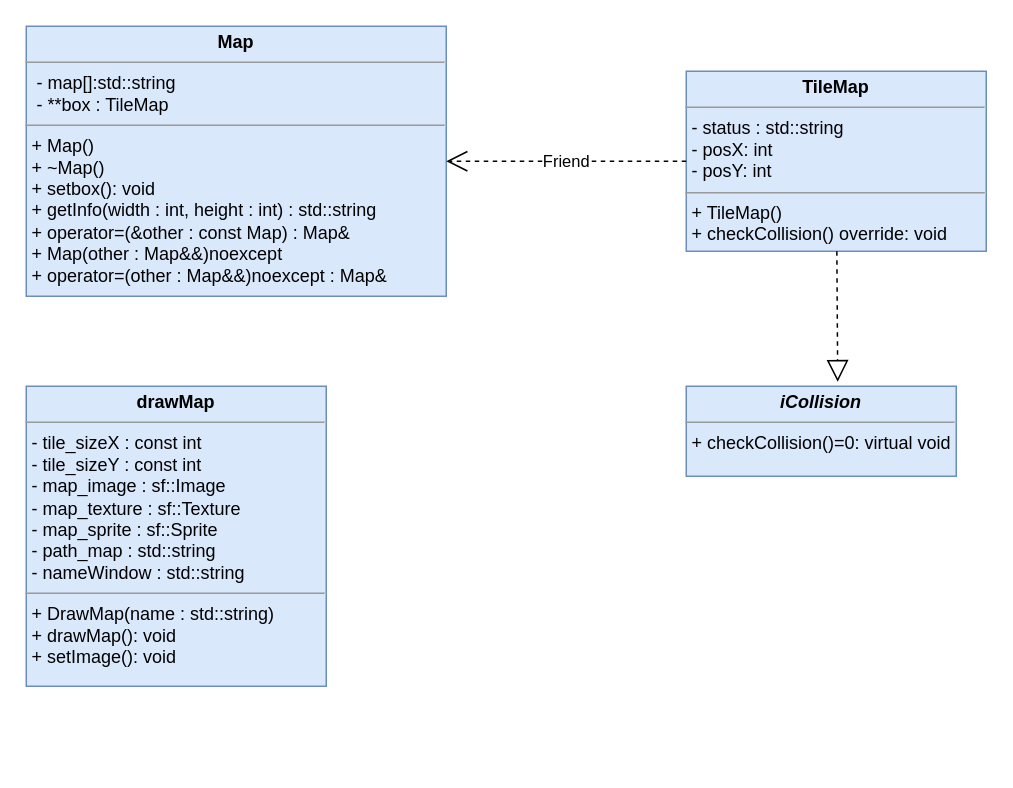
Earlier version of the draw.io diagram Untitled Diagram.drawio (BrodyWar/decqoort). Source tidied: cells renumbered, new cells numbered last; positions are measured from the earlier drawing's top-left corner, leaving out a move shared by most shapes. Both pictures are drawn from the tidied source at 150%, with x=0, y=0 at pixel (26, 26).
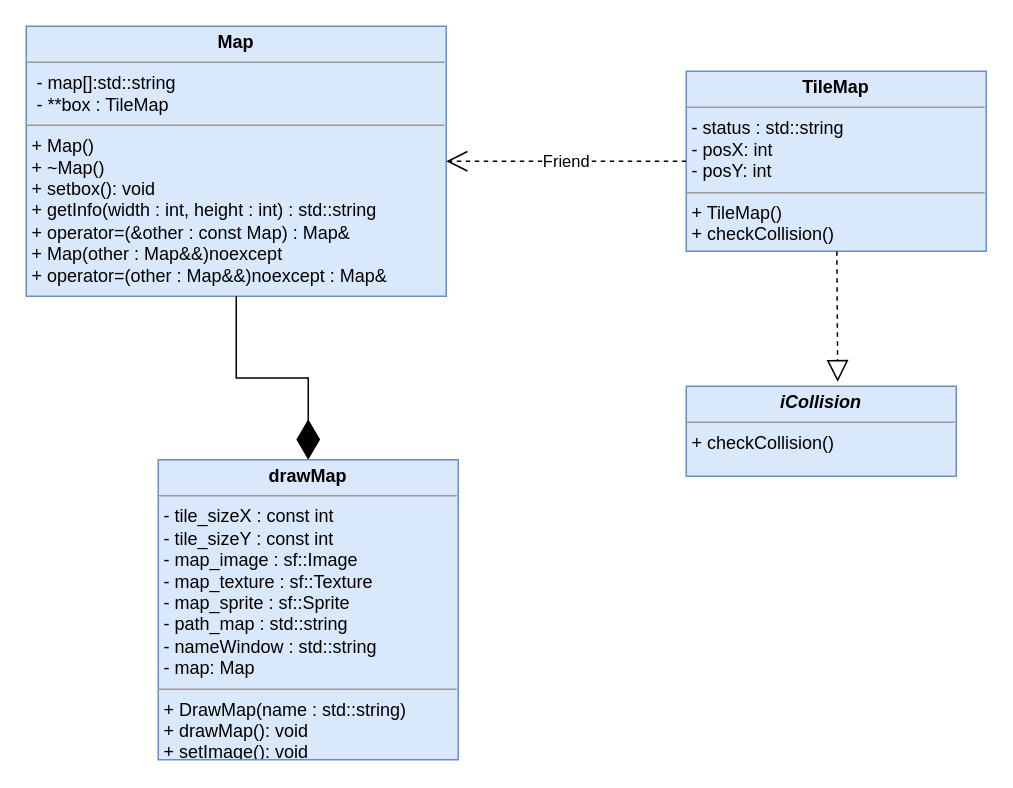
Above is the later version.

Change to the diagram source:
```diff
@@
 <mxGraphModel>
   <root>
     <mxCell id="0" />
     <mxCell id="1" parent="0" />
     <mxCell id="2" value="&lt;p style=&quot;margin: 0px ; margin-top: 4px ; text-align: center&quot;&gt;&lt;b&gt;Map&lt;/b&gt;&lt;/p&gt;&lt;hr size=&quot;1&quot;&gt;&lt;p style=&quot;margin: 0px ; margin-left: 4px&quot;&gt;&lt;span&gt;&amp;nbsp;- map[]:std::string&lt;/span&gt;&lt;/p&gt;&lt;p style=&quot;margin: 0px ; margin-left: 4px&quot;&gt;&lt;span&gt;&amp;nbsp;- **box : TileMap&lt;/span&gt;&lt;br&gt;&lt;/p&gt;&lt;hr size=&quot;1&quot;&gt;&lt;p style=&quot;margin: 0px ; margin-left: 4px&quot;&gt;+ Map()&lt;/p&gt;&lt;p style=&quot;margin: 0px ; margin-left: 4px&quot;&gt;+ ~Map()&lt;/p&gt;&lt;p style=&quot;margin: 0px ; margin-left: 4px&quot;&gt;+ setbox(): void&lt;/p&gt;&lt;p style=&quot;margin: 0px ; margin-left: 4px&quot;&gt;+ getInfo(width : int, height : int) : std::string&lt;/p&gt;&lt;p style=&quot;margin: 0px ; margin-left: 4px&quot;&gt;+ operator=(&amp;amp;other : const Map) : Map&amp;amp;&lt;/p&gt;&lt;p style=&quot;margin: 0px ; margin-left: 4px&quot;&gt;+ Map(other : Map&amp;amp;&amp;amp;)noexcept&lt;/p&gt;&lt;p style=&quot;margin: 0px ; margin-left: 4px&quot;&gt;+ operator=(other : Map&amp;amp;&amp;amp;)noexcept : Map&amp;amp;&lt;/p&gt;" style="verticalAlign=top;align=left;overflow=fill;fontSize=12;fontFamily=Helvetica;html=1;fillColor=#dae8fc;strokeColor=#6c8ebf;" parent="1" vertex="1">
       <mxGeometry width="280" height="180" as="geometry" />
     </mxCell>
-    <mxCell id="3" value="&lt;p style=&quot;margin: 0px ; margin-top: 4px ; text-align: center&quot;&gt;&lt;b&gt;&lt;i&gt;iCollision&lt;/i&gt;&lt;/b&gt;&lt;/p&gt;&lt;hr size=&quot;1&quot;&gt;&lt;p style=&quot;margin: 0px ; margin-left: 4px&quot;&gt;+ checkCollision()=0: virtual void&lt;/p&gt;" style="verticalAlign=top;align=left;overflow=fill;fontSize=12;fontFamily=Helvetica;html=1;fillColor=#dae8fc;strokeColor=#6c8ebf;" parent="1" vertex="1">
+    <mxCell id="3" value="&lt;p style=&quot;margin: 0px ; margin-top: 4px ; text-align: center&quot;&gt;&lt;b&gt;&lt;i&gt;iCollision&lt;/i&gt;&lt;/b&gt;&lt;/p&gt;&lt;hr size=&quot;1&quot;&gt;&lt;p style=&quot;margin: 0px ; margin-left: 4px&quot;&gt;+ checkCollision()&lt;/p&gt;" style="verticalAlign=top;align=left;overflow=fill;fontSize=12;fontFamily=Helvetica;html=1;fillColor=#dae8fc;strokeColor=#6c8ebf;" parent="1" vertex="1">
       <mxGeometry x="440" y="240" width="180" height="60" as="geometry" />
     </mxCell>
-    <mxCell id="4" value="&lt;p style=&quot;margin: 0px ; margin-top: 4px ; text-align: center&quot;&gt;&lt;b&gt;drawMap&lt;/b&gt;&lt;/p&gt;&lt;hr size=&quot;1&quot;&gt;&lt;p style=&quot;margin: 0px ; margin-left: 4px&quot;&gt;- tile_sizeX : const int&lt;/p&gt;&lt;p style=&quot;margin: 0px ; margin-left: 4px&quot;&gt;- tile_sizeY : const int&lt;/p&gt;&lt;p style=&quot;margin: 0px ; margin-left: 4px&quot;&gt;- map_image : sf::Image&lt;/p&gt;&lt;p style=&quot;margin: 0px ; margin-left: 4px&quot;&gt;&lt;span&gt;- map_texture : sf::Texture&lt;/span&gt;&lt;/p&gt;&lt;p style=&quot;margin: 0px ; margin-left: 4px&quot;&gt;- map_sprite : sf::Sprite&lt;/p&gt;&lt;p style=&quot;margin: 0px ; margin-left: 4px&quot;&gt;- path_map : std::string&lt;/p&gt;&lt;p style=&quot;margin: 0px ; margin-left: 4px&quot;&gt;- nameWindow : std::string&lt;/p&gt;&lt;hr size=&quot;1&quot;&gt;&lt;p style=&quot;margin: 0px ; margin-left: 4px&quot;&gt;+ DrawMap(name : std::string)&lt;/p&gt;&lt;p style=&quot;margin: 0px ; margin-left: 4px&quot;&gt;+ drawMap(): void&lt;/p&gt;&lt;p style=&quot;margin: 0px ; margin-left: 4px&quot;&gt;+ setImage(): void&lt;/p&gt;" style="verticalAlign=top;align=left;overflow=fill;fontSize=12;fontFamily=Helvetica;html=1;fillColor=#dae8fc;strokeColor=#6c8ebf;" parent="1" vertex="1">
-      <mxGeometry y="240" width="200" height="200" as="geometry" />
+    <mxCell id="4" value="&lt;p style=&quot;margin: 0px ; margin-top: 4px ; text-align: center&quot;&gt;&lt;b&gt;drawMap&lt;/b&gt;&lt;/p&gt;&lt;hr size=&quot;1&quot;&gt;&lt;p style=&quot;margin: 0px ; margin-left: 4px&quot;&gt;- tile_sizeX : const int&lt;/p&gt;&lt;p style=&quot;margin: 0px ; margin-left: 4px&quot;&gt;- tile_sizeY : const int&lt;/p&gt;&lt;p style=&quot;margin: 0px ; margin-left: 4px&quot;&gt;- map_image : sf::Image&lt;/p&gt;&lt;p style=&quot;margin: 0px ; margin-left: 4px&quot;&gt;&lt;span&gt;- map_texture : sf::Texture&lt;/span&gt;&lt;/p&gt;&lt;p style=&quot;margin: 0px ; margin-left: 4px&quot;&gt;- map_sprite : sf::Sprite&lt;/p&gt;&lt;p style=&quot;margin: 0px ; margin-left: 4px&quot;&gt;- path_map : std::string&lt;/p&gt;&lt;p style=&quot;margin: 0px ; margin-left: 4px&quot;&gt;- nameWindow : std::string&lt;/p&gt;&lt;p style=&quot;margin: 0px ; margin-left: 4px&quot;&gt;- map: Map&lt;/p&gt;&lt;hr size=&quot;1&quot;&gt;&lt;p style=&quot;margin: 0px ; margin-left: 4px&quot;&gt;+ DrawMap(name : std::string)&lt;/p&gt;&lt;p style=&quot;margin: 0px ; margin-left: 4px&quot;&gt;+ drawMap(): void&lt;/p&gt;&lt;p style=&quot;margin: 0px ; margin-left: 4px&quot;&gt;+ setImage(): void&lt;/p&gt;" style="verticalAlign=top;align=left;overflow=fill;fontSize=12;fontFamily=Helvetica;html=1;fillColor=#dae8fc;strokeColor=#6c8ebf;" parent="1" vertex="1">
+      <mxGeometry x="88" y="289" width="200" height="200" as="geometry" />
     </mxCell>
-    <mxCell id="5" value="&lt;p style=&quot;margin: 0px ; margin-top: 4px ; text-align: center&quot;&gt;&lt;b&gt;TileMap&lt;/b&gt;&lt;/p&gt;&lt;hr size=&quot;1&quot;&gt;&lt;p style=&quot;margin: 0px ; margin-left: 4px&quot;&gt;- status : std::string&lt;/p&gt;&lt;p style=&quot;margin: 0px ; margin-left: 4px&quot;&gt;- posX: int&lt;/p&gt;&lt;p style=&quot;margin: 0px ; margin-left: 4px&quot;&gt;- posY: int&lt;/p&gt;&lt;hr size=&quot;1&quot;&gt;&lt;p style=&quot;margin: 0px ; margin-left: 4px&quot;&gt;+ TileMap()&lt;/p&gt;&lt;p style=&quot;margin: 0px ; margin-left: 4px&quot;&gt;+ checkCollision() override: void&lt;/p&gt;" style="verticalAlign=top;align=left;overflow=fill;fontSize=12;fontFamily=Helvetica;html=1;fillColor=#dae8fc;strokeColor=#6c8ebf;" parent="1" vertex="1">
+    <mxCell id="5" value="&lt;p style=&quot;margin: 0px ; margin-top: 4px ; text-align: center&quot;&gt;&lt;b&gt;TileMap&lt;/b&gt;&lt;/p&gt;&lt;hr size=&quot;1&quot;&gt;&lt;p style=&quot;margin: 0px ; margin-left: 4px&quot;&gt;- status : std::string&lt;/p&gt;&lt;p style=&quot;margin: 0px ; margin-left: 4px&quot;&gt;- posX: int&lt;/p&gt;&lt;p style=&quot;margin: 0px ; margin-left: 4px&quot;&gt;- posY: int&lt;/p&gt;&lt;hr size=&quot;1&quot;&gt;&lt;p style=&quot;margin: 0px ; margin-left: 4px&quot;&gt;+ TileMap()&lt;/p&gt;&lt;p style=&quot;margin: 0px ; margin-left: 4px&quot;&gt;+ checkCollision()&lt;/p&gt;" style="verticalAlign=top;align=left;overflow=fill;fontSize=12;fontFamily=Helvetica;html=1;fillColor=#dae8fc;strokeColor=#6c8ebf;" parent="1" vertex="1">
       <mxGeometry x="440" y="30" width="200" height="120" as="geometry" />
     </mxCell>
     <mxCell id="6" style="endArrow=block;dashed=1;endFill=0;endSize=12;html=1;entryX=0.561;entryY=-0.05;entryDx=0;entryDy=0;entryPerimeter=0;" parent="1" edge="1" source="5" target="3">
       <mxGeometry relative="1" as="geometry" />
     </mxCell>
     <mxCell id="7" value="Friend&lt;br&gt;" style="endArrow=open;endSize=12;dashed=1;html=1;entryX=1;entryY=0.5;entryDx=0;entryDy=0;" parent="1" edge="1" source="5" target="2">
       <mxGeometry relative="1" as="geometry" />
     </mxCell>
+    <mxCell id="8" style="endArrow=diamondThin;endFill=1;endSize=24;html=1;rounded=0;edgeStyle=orthogonalEdgeStyle;" parent="1" edge="1" source="2" target="4">
+      <mxGeometry relative="1" as="geometry" />
+    </mxCell>
   </root>
 </mxGraphModel>
```
